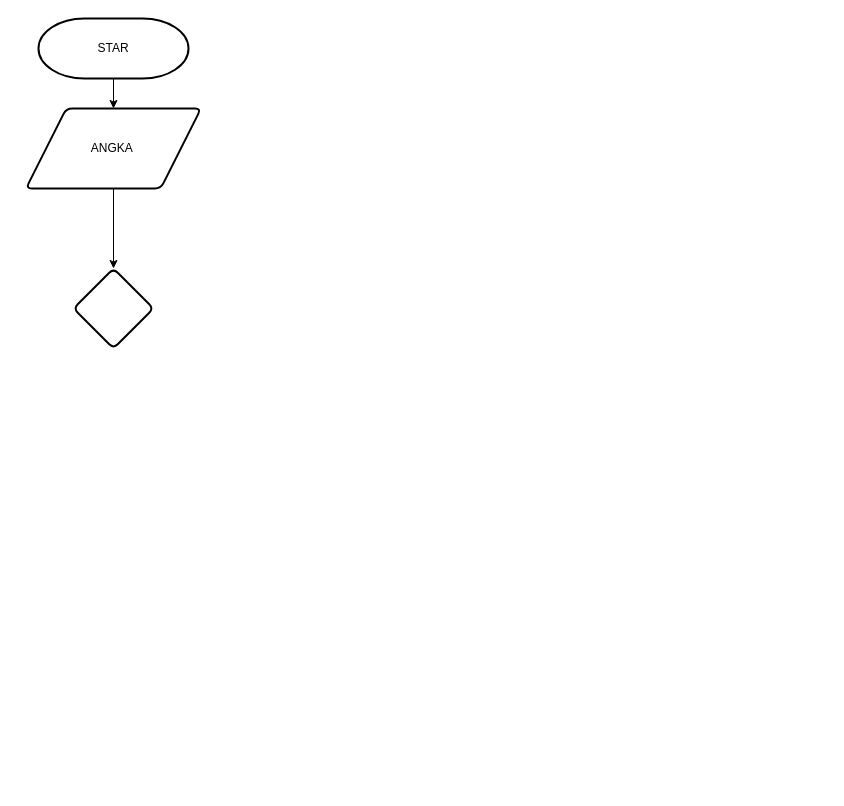
Earlier version of the draw.io diagram Untitled Diagram.drawio (Rasyid-Saputra/Algo_C_23241106). Source tidied: cells renumbered, new cells numbered last; positions are measured from the earlier drawing's top-left corner, leaving out a move shared by most shapes. Both pictures are drawn from the tidied source at 100%, with x=0, y=0 at pixel (26, 18).
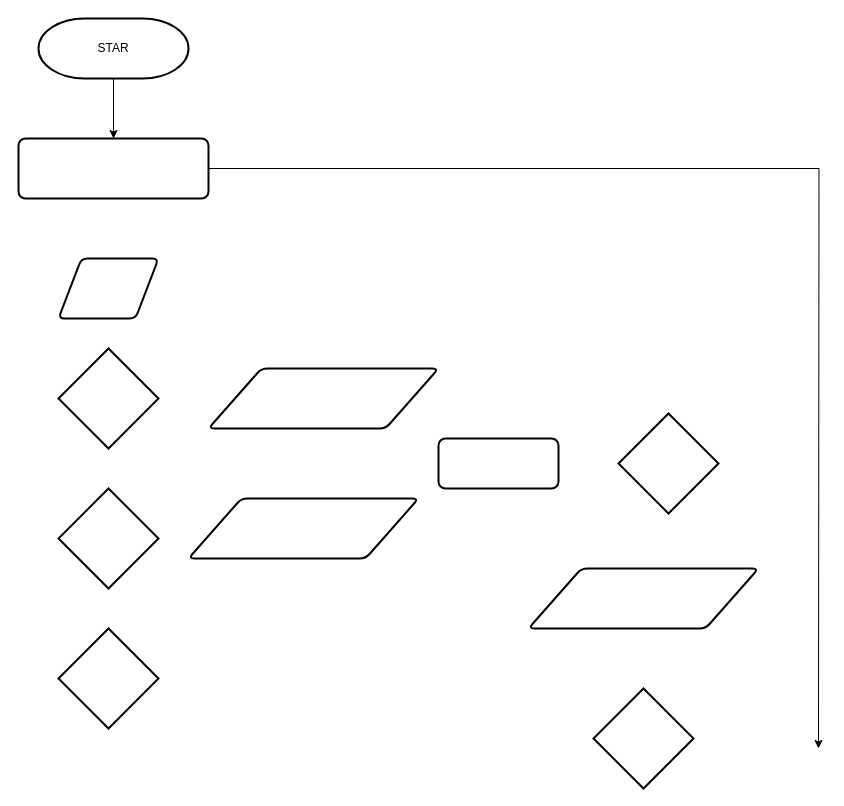
Above is the later version.

The edit, as a diff of the source:
```diff
@@
 <mxGraphModel>
   <root>
     <mxCell id="0" />
     <mxCell id="1" parent="0" />
-    <mxCell id="2" style="edgeStyle=orthogonalEdgeStyle;rounded=0;jettySize=auto;html=1;" parent="1" edge="1" source="3" target="5">
-      <mxGeometry relative="1" as="geometry" />
-    </mxCell>
+    <mxCell id="7" style="edgeStyle=orthogonalEdgeStyle;rounded=0;jettySize=auto;html=1;" parent="1" edge="1" source="3" target="8">
+      <mxGeometry relative="1" as="geometry" />
+    </mxCell>
     <mxCell id="3" value="STAR" style="strokeWidth=2;html=1;shape=mxgraph.flowchart.terminator;whiteSpace=wrap;" parent="1" vertex="1">
       <mxGeometry x="12" width="150" height="60" as="geometry" />
     </mxCell>
-    <mxCell id="4" style="edgeStyle=orthogonalEdgeStyle;rounded=0;jettySize=auto;html=1;" parent="1" edge="1" source="5" target="6">
-      <mxGeometry relative="1" as="geometry" />
-    </mxCell>
-    <mxCell id="5" value="ANGKA&amp;nbsp;" style="shape=parallelogram;html=1;strokeWidth=2;perimeter=parallelogramPerimeter;whiteSpace=wrap;rounded=1;arcSize=12;size=0.23;" parent="1" vertex="1">
-      <mxGeometry x="-0.5" y="90" width="175" height="80" as="geometry" />
-    </mxCell>
-    <mxCell id="6" style="rhombus;whiteSpace=wrap;html=1;strokeWidth=2;rounded=1;arcSize=12;" parent="1" vertex="1">
-      <mxGeometry x="47" y="250" width="80" height="80" as="geometry" />
-    </mxCell>
+    <mxCell id="8" style="rounded=1;whiteSpace=wrap;html=1;absoluteArcSize=1;arcSize=14;strokeWidth=2;" parent="1" vertex="1">
+      <mxGeometry x="-8" y="120" width="190" height="60" as="geometry" />
+    </mxCell>
+    <mxCell id="9" style="shape=parallelogram;html=1;strokeWidth=2;perimeter=parallelogramPerimeter;whiteSpace=wrap;rounded=1;arcSize=12;size=0.23;" parent="1" vertex="1">
+      <mxGeometry x="32" y="240" width="100" height="60" as="geometry" />
+    </mxCell>
+    <mxCell id="10" style="strokeWidth=2;html=1;shape=mxgraph.flowchart.decision;whiteSpace=wrap;" parent="1" vertex="1">
+      <mxGeometry x="32" y="330" width="100" height="100" as="geometry" />
+    </mxCell>
+    <mxCell id="11" style="strokeWidth=2;html=1;shape=mxgraph.flowchart.decision;whiteSpace=wrap;" parent="1" vertex="1">
+      <mxGeometry x="32" y="470" width="100" height="100" as="geometry" />
+    </mxCell>
+    <mxCell id="12" style="strokeWidth=2;html=1;shape=mxgraph.flowchart.decision;whiteSpace=wrap;" parent="1" vertex="1">
+      <mxGeometry x="32" y="610" width="100" height="100" as="geometry" />
+    </mxCell>
+    <mxCell id="13" style="shape=parallelogram;html=1;strokeWidth=2;perimeter=parallelogramPerimeter;whiteSpace=wrap;rounded=1;arcSize=12;size=0.23;" parent="1" vertex="1">
+      <mxGeometry x="182" y="350" width="230" height="60" as="geometry" />
+    </mxCell>
+    <mxCell id="14" style="shape=parallelogram;html=1;strokeWidth=2;perimeter=parallelogramPerimeter;whiteSpace=wrap;rounded=1;arcSize=12;size=0.23;" parent="1" vertex="1">
+      <mxGeometry x="162" y="480" width="230" height="60" as="geometry" />
+    </mxCell>
+    <mxCell id="15" style="rounded=1;whiteSpace=wrap;html=1;absoluteArcSize=1;arcSize=14;strokeWidth=2;" parent="1" vertex="1">
+      <mxGeometry x="412" y="420" width="120" height="50" as="geometry" />
+    </mxCell>
+    <mxCell id="16" style="strokeWidth=2;html=1;shape=mxgraph.flowchart.decision;whiteSpace=wrap;" parent="1" vertex="1">
+      <mxGeometry x="592" y="395" width="100" height="100" as="geometry" />
+    </mxCell>
+    <mxCell id="17" style="shape=parallelogram;html=1;strokeWidth=2;perimeter=parallelogramPerimeter;whiteSpace=wrap;rounded=1;arcSize=12;size=0.23;" parent="1" vertex="1">
+      <mxGeometry x="502" y="550" width="230" height="60" as="geometry" />
+    </mxCell>
+    <mxCell id="18" style="edgeStyle=orthogonalEdgeStyle;rounded=0;jettySize=auto;html=1;exitX=1;exitY=0.5;exitDx=0;exitDy=0;" parent="1" edge="1" source="8">
+      <mxGeometry relative="1" as="geometry">
+        <mxPoint x="792" y="730" as="targetPoint" />
+      </mxGeometry>
+    </mxCell>
+    <mxCell id="19" style="strokeWidth=2;html=1;shape=mxgraph.flowchart.decision;whiteSpace=wrap;" parent="1" vertex="1">
+      <mxGeometry x="567" y="670" width="100" height="100" as="geometry" />
+    </mxCell>
   </root>
 </mxGraphModel>
```
